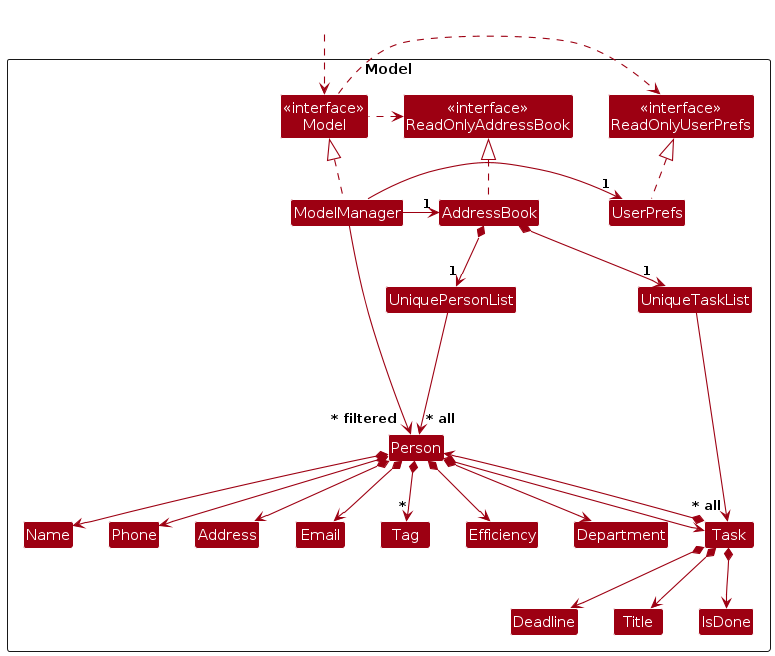
Earlier version of the PlantUML export diagrams/ModelClassDiagram.png (AY2324S2-CS2103T-T14-1/tp). Its source is kept beside it as diagrams/ModelClassDiagram.puml.
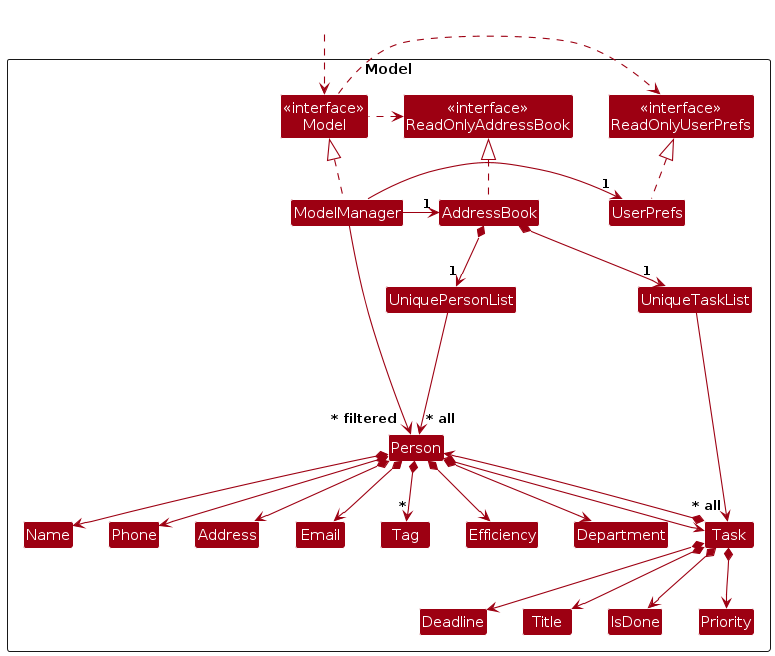
The same diagram one commit later.

The edit, as a diff of the source:
```diff
@@ -27,6 +27,7 @@
 Class Deadline
 Class Title
 Class IsDone
+Class Priority
 
 Class I #FFFFFF
 }
@@ -60,6 +61,7 @@
 Task *--> Deadline
 Task *--> Person
 Task *--> IsDone
+Task *--> Priority
 
 Task -[hidden]up--> I
 UniqueTaskList -[hidden]right-> I
```
